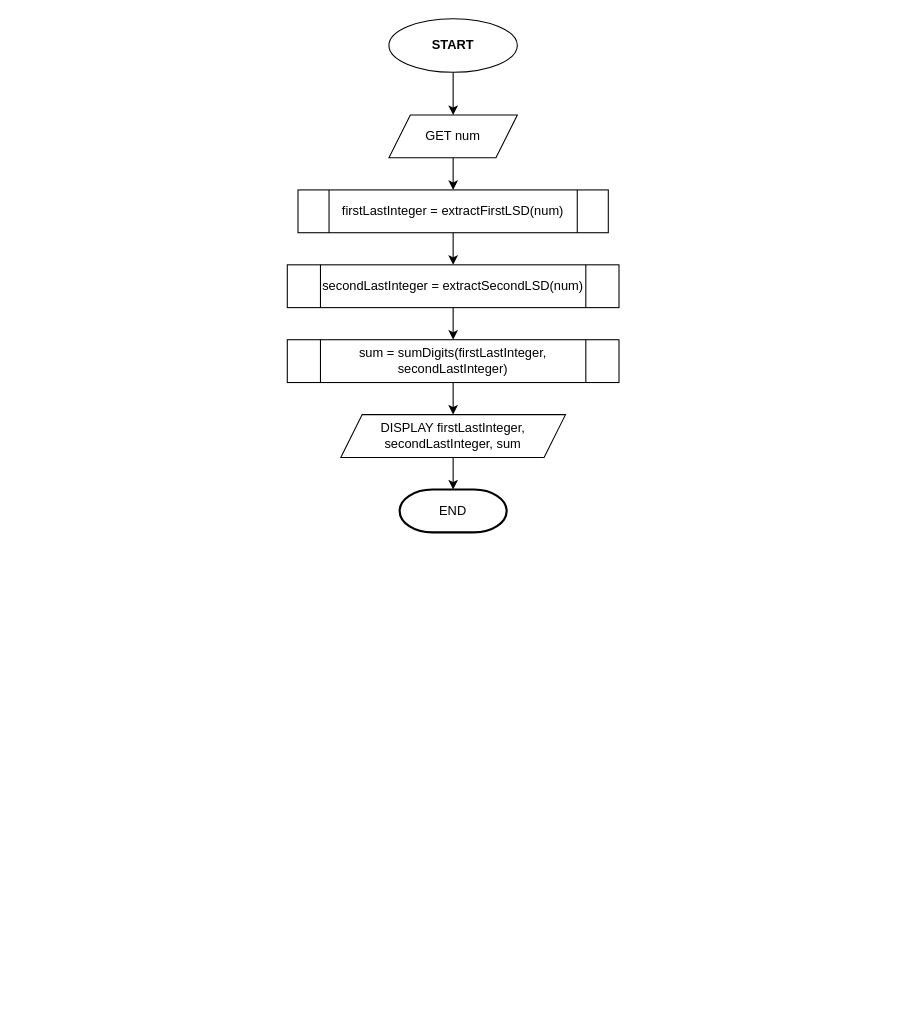
This is page "Page-1" (1 of 2) of Lab Exercise 6/Exercise 6.drawio from barrosaur/first-year-cpe-lab, a draw.io file, before an edit. Source tidied: cells renumbered, new cells numbered last; positions are measured from the earlier drawing's top-left corner, leaving out a move shared by most shapes. Both pictures are drawn from the tidied source at 107%, with x=0, y=0 at pixel (287, 18).
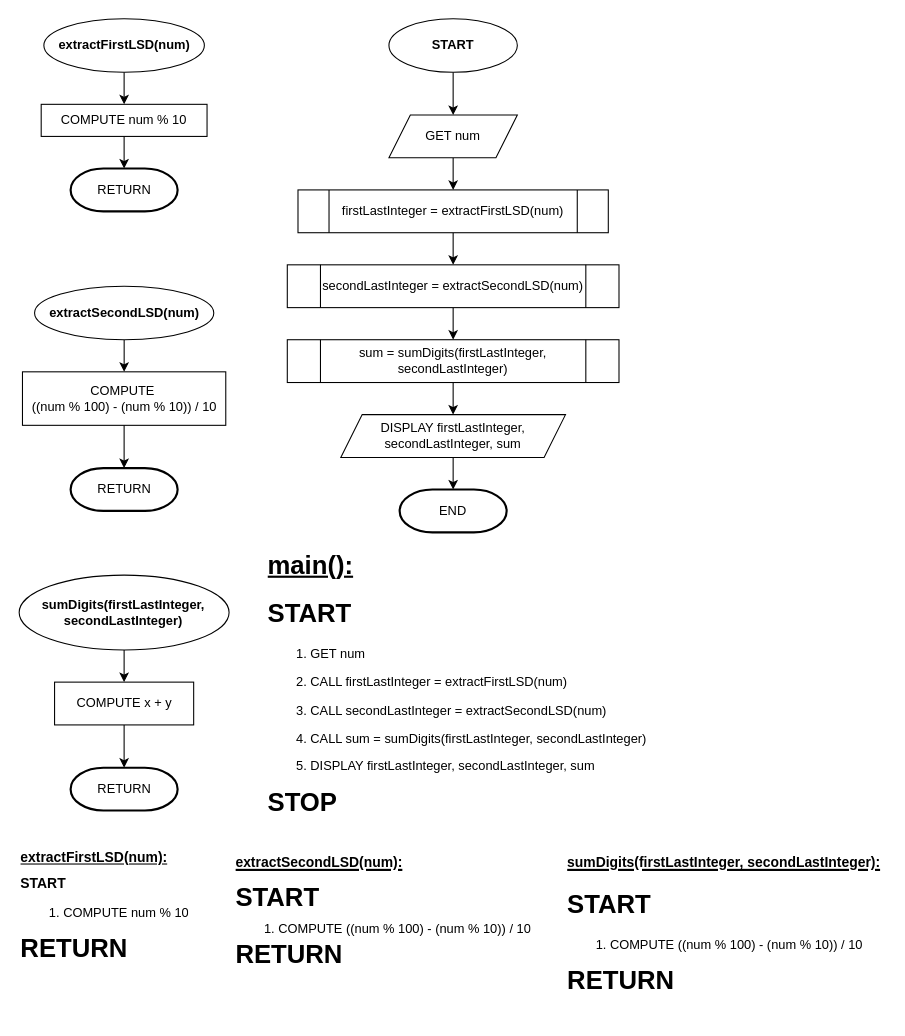
After the change.

The edit, as a diff of the source:
```diff
@@
+    <mxCell id="15" style="edgeStyle=orthogonalEdgeStyle;rounded=0;jettySize=auto;html=1;exitX=0.5;exitY=1;exitDx=0;exitDy=0;entryX=0.5;entryY=0;entryDx=0;entryDy=0;" parent="1" edge="1" source="16" target="18">
+      <mxGeometry relative="1" as="geometry" />
+    </mxCell>
+    <mxCell id="16" value="&lt;b&gt;extractFirstLSD(num)&lt;/b&gt;" style="ellipse;whiteSpace=wrap;html=1;" parent="1" vertex="1">
+      <mxGeometry x="-227.5" width="150" height="50" as="geometry" />
+    </mxCell>
+    <mxCell id="17" value="RETURN" style="strokeWidth=2;html=1;shape=mxgraph.flowchart.terminator;whiteSpace=wrap;" parent="1" vertex="1">
+      <mxGeometry x="-202.5" y="140" width="100" height="40" as="geometry" />
+    </mxCell>
+    <mxCell id="18" value="COMPUTE num % 10" style="rounded=0;whiteSpace=wrap;html=1;" parent="1" vertex="1">
+      <mxGeometry x="-230" y="80" width="155" height="30" as="geometry" />
+    </mxCell>
+    <mxCell id="19" style="edgeStyle=orthogonalEdgeStyle;rounded=0;jettySize=auto;html=1;exitX=0.5;exitY=1;exitDx=0;exitDy=0;entryX=0.5;entryY=0;entryDx=0;entryDy=0;entryPerimeter=0;" parent="1" edge="1" source="18" target="17">
+      <mxGeometry relative="1" as="geometry" />
+    </mxCell>
+    <mxCell id="20" style="edgeStyle=orthogonalEdgeStyle;rounded=0;jettySize=auto;html=1;exitX=0.5;exitY=1;exitDx=0;exitDy=0;entryX=0.5;entryY=0;entryDx=0;entryDy=0;" parent="1" edge="1" source="21" target="22">
+      <mxGeometry relative="1" as="geometry" />
+    </mxCell>
+    <mxCell id="21" value="&lt;b&gt;extractSecondLSD(num)&lt;/b&gt;" style="ellipse;whiteSpace=wrap;html=1;" parent="1" vertex="1">
+      <mxGeometry x="-236.2" y="250" width="167.5" height="50" as="geometry" />
+    </mxCell>
+    <mxCell id="22" value="COMPUTE&amp;nbsp;&lt;div&gt;((num % 100) - (num % 10)) / 10&lt;/div&gt;" style="rounded=0;whiteSpace=wrap;html=1;" parent="1" vertex="1">
+      <mxGeometry x="-247.5" y="330" width="190" height="50" as="geometry" />
+    </mxCell>
+    <mxCell id="23" value="RETURN" style="strokeWidth=2;html=1;shape=mxgraph.flowchart.terminator;whiteSpace=wrap;" parent="1" vertex="1">
+      <mxGeometry x="-202.5" y="420" width="100" height="40" as="geometry" />
+    </mxCell>
+    <mxCell id="24" style="edgeStyle=orthogonalEdgeStyle;rounded=0;jettySize=auto;html=1;exitX=0.5;exitY=1;exitDx=0;exitDy=0;entryX=0.5;entryY=0;entryDx=0;entryDy=0;entryPerimeter=0;" parent="1" edge="1" source="22" target="23">
+      <mxGeometry relative="1" as="geometry" />
+    </mxCell>
+    <mxCell id="25" style="edgeStyle=orthogonalEdgeStyle;rounded=0;jettySize=auto;html=1;exitX=0.5;exitY=1;exitDx=0;exitDy=0;entryX=0.5;entryY=0;entryDx=0;entryDy=0;" parent="1" edge="1" source="26" target="27">
+      <mxGeometry relative="1" as="geometry" />
+    </mxCell>
+    <mxCell id="26" value="&lt;b&gt;sumDigits(firstLastInteger, secondLastInteger)&lt;/b&gt;" style="ellipse;whiteSpace=wrap;html=1;" parent="1" vertex="1">
+      <mxGeometry x="-250.6" y="520" width="196.2" height="70" as="geometry" />
+    </mxCell>
+    <mxCell id="27" value="COMPUTE&amp;nbsp;&lt;span style=&quot;background-color: initial;&quot;&gt;x + y&lt;/span&gt;" style="rounded=0;whiteSpace=wrap;html=1;" parent="1" vertex="1">
+      <mxGeometry x="-217.5" y="620" width="130" height="40" as="geometry" />
+    </mxCell>
+    <mxCell id="28" value="RETURN" style="strokeWidth=2;html=1;shape=mxgraph.flowchart.terminator;whiteSpace=wrap;" parent="1" vertex="1">
+      <mxGeometry x="-202.5" y="700" width="100" height="40" as="geometry" />
+    </mxCell>
+    <mxCell id="29" style="edgeStyle=orthogonalEdgeStyle;rounded=0;jettySize=auto;html=1;exitX=0.5;exitY=1;exitDx=0;exitDy=0;entryX=0.5;entryY=0;entryDx=0;entryDy=0;entryPerimeter=0;" parent="1" edge="1" source="27" target="28">
+      <mxGeometry relative="1" as="geometry" />
+    </mxCell>
+    <mxCell id="30" value="&lt;h1 style=&quot;margin-top: 0px;&quot;&gt;&lt;u&gt;main():&lt;/u&gt;&lt;/h1&gt;&lt;h1 style=&quot;margin-top: 0px;&quot;&gt;START&lt;/h1&gt;&lt;p&gt;&lt;span style=&quot;white-space: pre;&quot;&gt;&#9;&lt;/span&gt;1. GET num&lt;br&gt;&lt;/p&gt;&lt;p&gt;&lt;span style=&quot;white-space: pre;&quot;&gt;&#9;&lt;/span&gt;2. CALL firstLastInteger = extractFirstLSD(num)&lt;br&gt;&lt;/p&gt;&lt;p&gt;&lt;span style=&quot;white-space: pre;&quot;&gt;&#9;&lt;/span&gt;3. CALL secondLastInteger = extractSecondLSD(num)&lt;br&gt;&lt;/p&gt;&lt;p&gt;&lt;span style=&quot;white-space: pre;&quot;&gt;&#9;&lt;/span&gt;4. CALL sum = sumDigits(firstLastInteger, secondLastInteger)&lt;br&gt;&lt;/p&gt;&lt;p&gt;&lt;span style=&quot;white-space: pre;&quot;&gt;&#9;&lt;/span&gt;5. DISPLAY firstLastInteger, secondLastInteger, sum&lt;br&gt;&lt;/p&gt;&lt;h1 style=&quot;margin-top: 0px;&quot;&gt;STOP&lt;/h1&gt;" style="text;html=1;whiteSpace=wrap;overflow=hidden;rounded=0;" parent="1" vertex="1">
+      <mxGeometry x="-20" y="490" width="380" height="260" as="geometry" />
+    </mxCell>
+    <mxCell id="31" value="&lt;h1 style=&quot;margin-top: 0px; font-size: 13px;&quot;&gt;&lt;u&gt;&lt;font style=&quot;font-size: 13px;&quot;&gt;extractFirstLSD(num):&lt;/font&gt;&lt;/u&gt;&lt;/h1&gt;&lt;h1 style=&quot;margin-top: 0px; font-size: 13px;&quot;&gt;START&lt;/h1&gt;&lt;p&gt;&lt;span style=&quot;white-space: pre;&quot;&gt;&#9;&lt;/span&gt;1. COMPUTE num % 10&lt;/p&gt;&lt;h1 style=&quot;margin-top: 0px;&quot;&gt;RETURN&lt;/h1&gt;" style="text;html=1;whiteSpace=wrap;overflow=hidden;rounded=0;" parent="1" vertex="1">
+      <mxGeometry x="-250.6" y="770" width="395" height="160" as="geometry" />
+    </mxCell>
+    <mxCell id="32" value="&lt;h1 style=&quot;margin-top: 0px; line-height: 70%;&quot;&gt;&lt;u&gt;&lt;font style=&quot;font-size: 13px;&quot;&gt;extractSecondLSD(num):&lt;/font&gt;&lt;/u&gt;&lt;/h1&gt;&lt;h1 style=&quot;margin-top: 0px; line-height: 70%;&quot;&gt;START&lt;/h1&gt;&lt;p style=&quot;line-height: 70%;&quot;&gt;&lt;span style=&quot;white-space: pre;&quot;&gt;&#9;&lt;/span&gt;1. COMPUTE ((num % 100) - (num % 10)) / 10&lt;/p&gt;&lt;h1 style=&quot;margin-top: 0px; line-height: 70%;&quot;&gt;RETURN&lt;/h1&gt;" style="text;html=1;whiteSpace=wrap;overflow=hidden;rounded=0;" parent="1" vertex="1">
+      <mxGeometry x="-50" y="770" width="300" height="120" as="geometry" />
+    </mxCell>
+    <mxCell id="33" value="&lt;h1 style=&quot;margin-top: 0px; line-height: 70%;&quot;&gt;&lt;u&gt;&lt;font style=&quot;font-size: 13px;&quot;&gt;sumDigits(firstLastInteger, secondLastInteger):&lt;/font&gt;&lt;/u&gt;&lt;/h1&gt;&lt;h1 style=&quot;margin-top: 0px;&quot;&gt;START&lt;/h1&gt;&lt;p&gt;&lt;span style=&quot;white-space: pre;&quot;&gt;&#9;&lt;/span&gt;1. COMPUTE ((num % 100) - (num % 10)) / 10&lt;/p&gt;&lt;h1 style=&quot;margin-top: 0px;&quot;&gt;RETURN&lt;/h1&gt;" style="text;html=1;whiteSpace=wrap;overflow=hidden;rounded=0;" parent="1" vertex="1">
+      <mxGeometry x="260" y="770" width="300" height="160" as="geometry" />
+    </mxCell>
```
